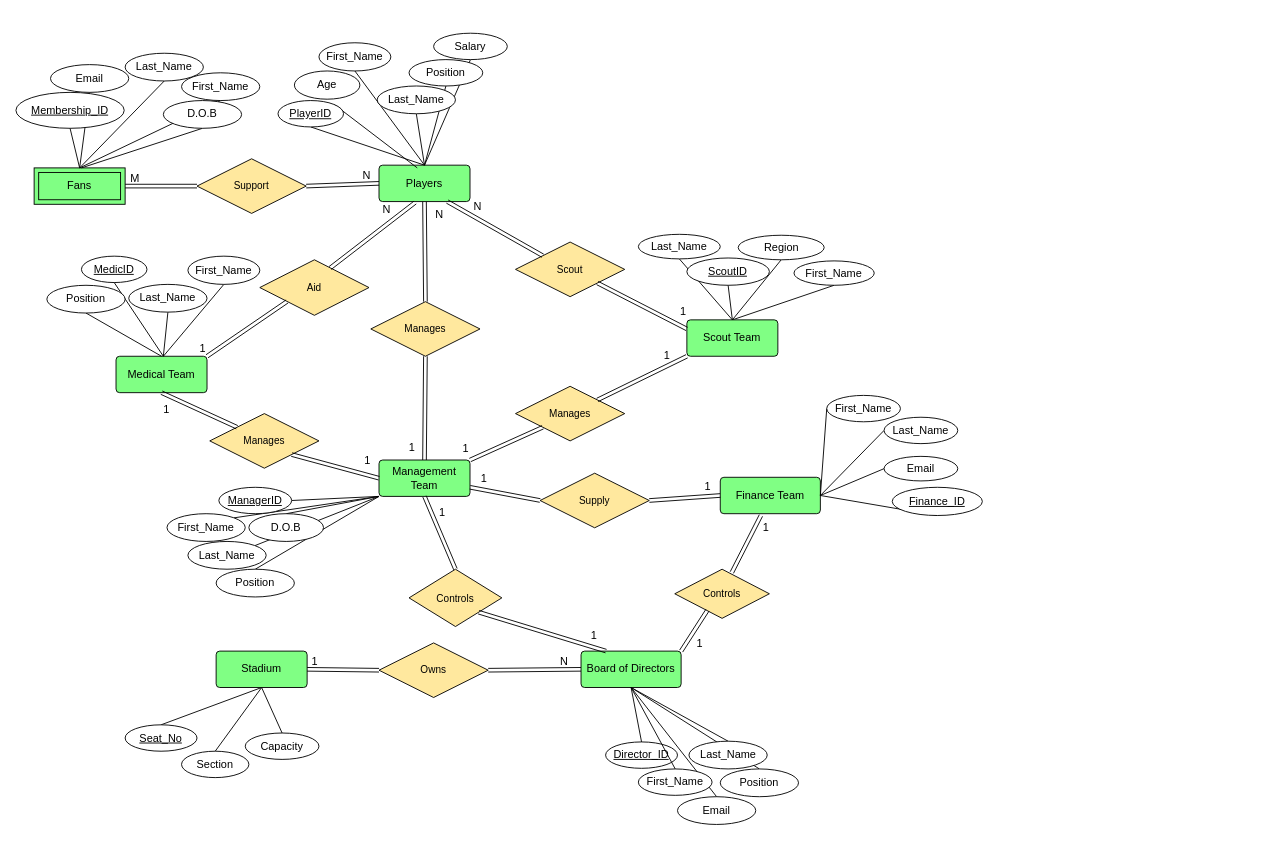
Earlier version of the draw.io diagram ERDiagramupdated.drawio (Smithg8/Databases). Source tidied: cells renumbered, new cells numbered last; positions are measured from the earlier drawing's top-left corner, leaving out a move shared by most shapes. Both pictures are drawn from the tidied source at 91%, with x=0, y=0 at pixel (15, 33).
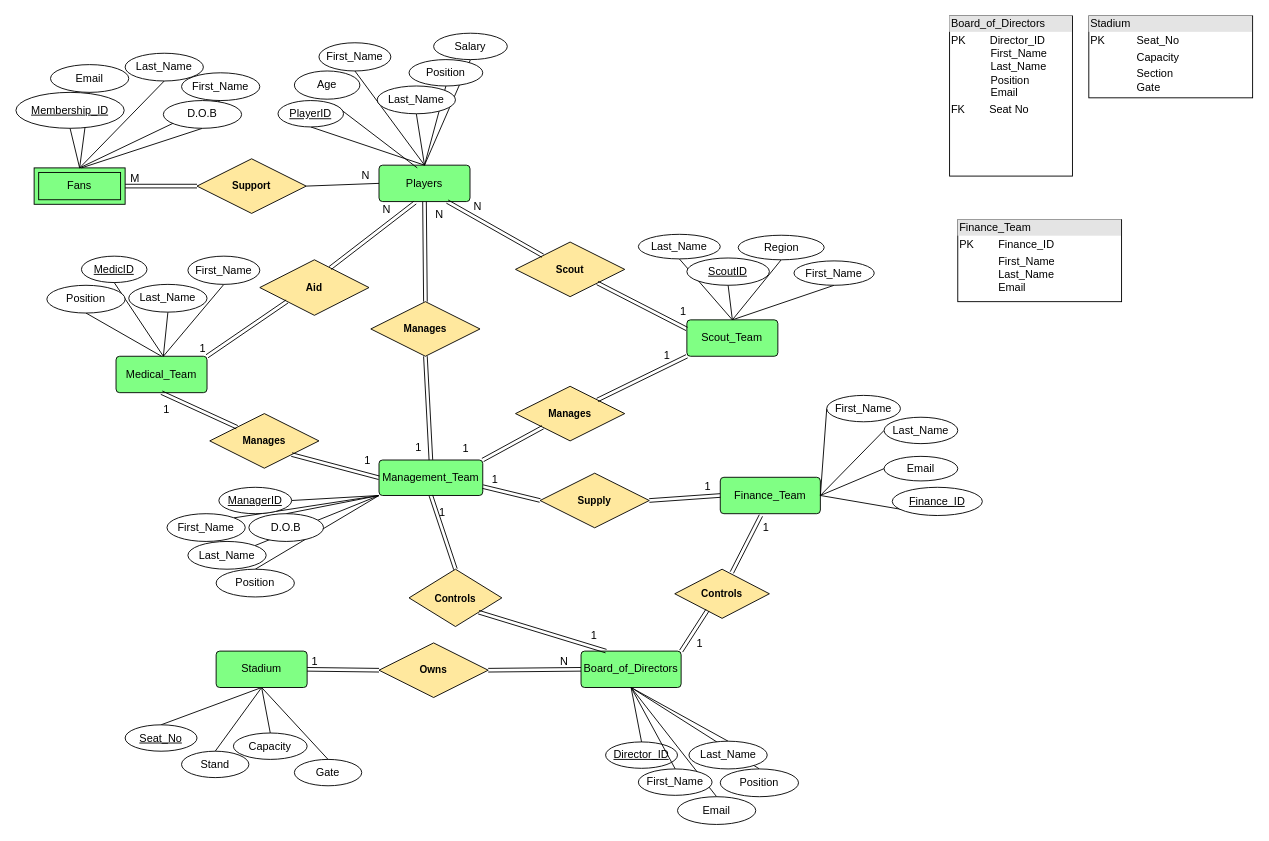
The same diagram, later.

Unchanged cells that the change refers to:
```xml
<mxCell id="3" value="Players" style="rounded=1;arcSize=10;whiteSpace=wrap;html=1;align=center;fillColor=#80FF84;" parent="1" vertex="1">
  <mxGeometry x="399" y="145" width="100" height="40" as="geometry" />
</mxCell>
<mxCell id="24" value="Stadium" style="rounded=1;arcSize=10;whiteSpace=wrap;html=1;align=center;fillColor=#80FF84;" parent="1" vertex="1">
  <mxGeometry x="220" y="679" width="100" height="40" as="geometry" />
</mxCell>
<mxCell id="120" style="shape=link;html=1;rounded=0;exitX=1;exitY=0.75;exitDx=0;exitDy=0;entryX=0;entryY=0.5;entryDx=0;entryDy=0;" parent="1" edge="1" source="4" target="87">
  <mxGeometry relative="1" as="geometry" />
</mxCell>
```

What changed in the source:
```diff
@@
-    <mxCell id="4" value="Management Team" style="rounded=1;arcSize=10;whiteSpace=wrap;html=1;align=center;fillColor=#80FF84;" parent="1" vertex="1">
-      <mxGeometry x="399" y="469" width="100" height="40" as="geometry" />
+    <mxCell id="4" value="Management_Team" style="rounded=1;arcSize=10;whiteSpace=wrap;html=1;align=center;fillColor=#80FF84;" parent="1" vertex="1">
+      <mxGeometry x="399" y="469" width="114" height="39" as="geometry" />
     </mxCell>
@@
-    <mxCell id="18" value="Scout Team" style="rounded=1;arcSize=10;whiteSpace=wrap;html=1;align=center;fillColor=#80FF84;" parent="1" vertex="1">
+    <mxCell id="18" value="Scout_Team" style="rounded=1;arcSize=10;whiteSpace=wrap;html=1;align=center;fillColor=#80FF84;" parent="1" vertex="1">
       <mxGeometry x="737.3" y="315" width="100" height="40" as="geometry" />
     </mxCell>
@@
+    <mxCell id="132" style="rounded=0;jettySize=auto;html=1;exitX=0.5;exitY=1;exitDx=0;exitDy=0;entryX=0.5;entryY=0;entryDx=0;entryDy=0;endArrow=none;endFill=0;" parent="1" edge="1" source="24" target="135">
+      <mxGeometry relative="1" as="geometry" />
+    </mxCell>
@@
-    <mxCell id="31" value="Medical Team" style="rounded=1;arcSize=10;whiteSpace=wrap;html=1;align=center;fillColor=#80FF84;" parent="1" vertex="1">
+    <mxCell id="31" value="Medical_Team" style="rounded=1;arcSize=10;whiteSpace=wrap;html=1;align=center;fillColor=#80FF84;" parent="1" vertex="1">
       <mxGeometry x="110" y="355" width="100" height="40" as="geometry" />
     </mxCell>
-    <mxCell id="32" value="Board of Directors" style="rounded=1;arcSize=10;whiteSpace=wrap;html=1;align=center;fillColor=#80FF84;" parent="1" vertex="1">
+    <mxCell id="32" value="Board_of_Directors" style="rounded=1;arcSize=10;whiteSpace=wrap;html=1;align=center;fillColor=#80FF84;" parent="1" vertex="1">
       <mxGeometry x="621" y="679" width="110" height="40" as="geometry" />
     </mxCell>
-    <mxCell id="33" value="Finance Team" style="rounded=1;arcSize=10;whiteSpace=wrap;html=1;align=center;strokeColor=#000000;fillColor=#80FF84;" parent="1" vertex="1">
+    <mxCell id="33" value="Finance_Team" style="rounded=1;arcSize=10;whiteSpace=wrap;html=1;align=center;strokeColor=#000000;fillColor=#80FF84;" parent="1" vertex="1">
       <mxGeometry x="774" y="488" width="110" height="40" as="geometry" />
     </mxCell>
@@
-    <mxCell id="35" value="Section" style="ellipse;whiteSpace=wrap;html=1;align=center;" parent="1" vertex="1">
+    <mxCell id="35" value="Stand" style="ellipse;whiteSpace=wrap;html=1;align=center;" parent="1" vertex="1">
       <mxGeometry x="182" y="789" width="74" height="29" as="geometry" />
     </mxCell>
     <mxCell id="36" value="Capacity" style="ellipse;whiteSpace=wrap;html=1;align=center;" parent="1" vertex="1">
-      <mxGeometry x="252" y="769" width="81" height="29" as="geometry" />
+      <mxGeometry x="239" y="769" width="81" height="29" as="geometry" />
     </mxCell>
@@
-    <mxCell id="82" value="Owns" style="shape=rhombus;perimeter=rhombusPerimeter;whiteSpace=wrap;html=1;align=center;fontFamily=Helvetica;fontSize=11;fontColor=default;fillColor=#FFE89E;" parent="1" vertex="1">
+    <mxCell id="82" value="Owns" style="shape=rhombus;perimeter=rhombusPerimeter;whiteSpace=wrap;html=1;align=center;fontFamily=Helvetica;fontSize=11;fontColor=default;fillColor=#FFE89E;fontStyle=1;" parent="1" vertex="1">
       <mxGeometry x="399" y="670" width="120" height="60" as="geometry" />
     </mxCell>
-    <mxCell id="83" value="Controls" style="shape=rhombus;perimeter=rhombusPerimeter;whiteSpace=wrap;html=1;align=center;fontFamily=Helvetica;fontSize=11;fontColor=default;fillColor=#FFE89E;" parent="1" vertex="1">
+    <mxCell id="83" value="Controls" style="shape=rhombus;perimeter=rhombusPerimeter;whiteSpace=wrap;html=1;align=center;fontFamily=Helvetica;fontSize=11;fontColor=default;fillColor=#FFE89E;fontStyle=1;" parent="1" vertex="1">
       <mxGeometry x="432" y="589" width="102" height="63" as="geometry" />
     </mxCell>
-    <mxCell id="84" value="Controls" style="shape=rhombus;perimeter=rhombusPerimeter;whiteSpace=wrap;html=1;align=center;fontFamily=Helvetica;fontSize=11;fontColor=default;fillColor=#FFE89E;" parent="1" vertex="1">
+    <mxCell id="84" value="Controls" style="shape=rhombus;perimeter=rhombusPerimeter;whiteSpace=wrap;html=1;align=center;fontFamily=Helvetica;fontSize=11;fontColor=default;fillColor=#FFE89E;fontStyle=1;" parent="1" vertex="1">
       <mxGeometry x="724" y="589" width="104" height="54" as="geometry" />
     </mxCell>
-    <mxCell id="85" value="Scout" style="shape=rhombus;perimeter=rhombusPerimeter;whiteSpace=wrap;html=1;align=center;fontFamily=Helvetica;fontSize=11;fontColor=default;fillColor=#FFE89E;" parent="1" vertex="1">
+    <mxCell id="85" value="Scout" style="shape=rhombus;perimeter=rhombusPerimeter;whiteSpace=wrap;html=1;align=center;fontFamily=Helvetica;fontSize=11;fontColor=default;fillColor=#FFE89E;fontStyle=1;" parent="1" vertex="1">
       <mxGeometry x="549" y="229.5" width="120" height="60" as="geometry" />
     </mxCell>
-    <mxCell id="86" value="Aid" style="shape=rhombus;perimeter=rhombusPerimeter;whiteSpace=wrap;html=1;align=center;fontFamily=Helvetica;fontSize=11;fontColor=default;fillColor=#FFE89E;" parent="1" vertex="1">
+    <mxCell id="86" value="Aid" style="shape=rhombus;perimeter=rhombusPerimeter;whiteSpace=wrap;html=1;align=center;fontFamily=Helvetica;fontSize=11;fontColor=default;fillColor=#FFE89E;fontStyle=1;" parent="1" vertex="1">
       <mxGeometry x="268" y="249" width="120" height="61" as="geometry" />
     </mxCell>
-    <mxCell id="87" value="Supply" style="shape=rhombus;perimeter=rhombusPerimeter;whiteSpace=wrap;html=1;align=center;fontFamily=Helvetica;fontSize=11;fontColor=default;fillColor=#FFE89E;" parent="1" vertex="1">
+    <mxCell id="87" value="Supply" style="shape=rhombus;perimeter=rhombusPerimeter;whiteSpace=wrap;html=1;align=center;fontFamily=Helvetica;fontSize=11;fontColor=default;fillColor=#FFE89E;fontStyle=1;" parent="1" vertex="1">
       <mxGeometry x="576" y="483.5" width="120" height="60" as="geometry" />
     </mxCell>
-    <mxCell id="88" style="shape=link;html=1;rounded=0;exitX=1;exitY=0.5;exitDx=0;exitDy=0;entryX=0;entryY=0.5;entryDx=0;entryDy=0;" parent="1" edge="1" source="92" target="3">
-      <mxGeometry relative="1" as="geometry" />
-    </mxCell>
-    <mxCell id="89" value="N" style="html=1;whiteSpace=wrap;align=right;verticalAlign=bottom;" parent="88" vertex="1">
-      <mxGeometry x="1" relative="1" as="geometry">
-        <mxPoint x="-8" as="offset" />
-      </mxGeometry>
-    </mxCell>
@@
-    <mxCell id="92" value="Support" style="shape=rhombus;perimeter=rhombusPerimeter;whiteSpace=wrap;html=1;align=center;fontFamily=Helvetica;fontSize=11;fontColor=default;fillColor=#FFE89E;" parent="1" vertex="1">
+    <mxCell id="92" value="Support" style="shape=rhombus;perimeter=rhombusPerimeter;whiteSpace=wrap;html=1;align=center;fontFamily=Helvetica;fontSize=11;fontColor=default;fillColor=#FFE89E;fontStyle=1;" parent="1" vertex="1">
       <mxGeometry x="199" y="138" width="120" height="60" as="geometry" />
     </mxCell>
@@
-    <mxCell id="103" value="Manages" style="shape=rhombus;perimeter=rhombusPerimeter;whiteSpace=wrap;html=1;align=center;fontFamily=Helvetica;fontSize=11;fontColor=default;fillColor=#FFE89E;" parent="1" vertex="1">
+    <mxCell id="103" value="Manages" style="shape=rhombus;perimeter=rhombusPerimeter;whiteSpace=wrap;html=1;align=center;fontFamily=Helvetica;fontSize=11;fontColor=default;fillColor=#FFE89E;fontStyle=1;" parent="1" vertex="1">
       <mxGeometry x="390" y="295" width="120" height="60" as="geometry" />
     </mxCell>
@@
-    <mxCell id="108" value="Manages" style="shape=rhombus;perimeter=rhombusPerimeter;whiteSpace=wrap;html=1;align=center;fontFamily=Helvetica;fontSize=11;fontColor=default;fillColor=#FFE89E;" parent="1" vertex="1">
+    <mxCell id="108" value="Manages" style="shape=rhombus;perimeter=rhombusPerimeter;whiteSpace=wrap;html=1;align=center;fontFamily=Helvetica;fontSize=11;fontColor=default;fillColor=#FFE89E;fontStyle=1;" parent="1" vertex="1">
       <mxGeometry x="213" y="418" width="120" height="60" as="geometry" />
     </mxCell>
-    <mxCell id="109" value="Manages" style="shape=rhombus;perimeter=rhombusPerimeter;whiteSpace=wrap;html=1;align=center;fontFamily=Helvetica;fontSize=11;fontColor=default;fillColor=#FFE89E;" parent="1" vertex="1">
+    <mxCell id="109" value="Manages" style="shape=rhombus;perimeter=rhombusPerimeter;whiteSpace=wrap;html=1;align=center;fontFamily=Helvetica;fontSize=11;fontColor=default;fillColor=#FFE89E;fontStyle=1;" parent="1" vertex="1">
       <mxGeometry x="549" y="388" width="120" height="60" as="geometry" />
     </mxCell>
@@
     <mxCell id="121" value="1" style="html=1;whiteSpace=wrap;align=right;verticalAlign=bottom;" parent="120" vertex="1">
       <mxGeometry x="1" relative="1" as="geometry">
-        <mxPoint x="-57" y="-15" as="offset" />
+        <mxPoint x="-45" y="-15" as="offset" />
       </mxGeometry>
     </mxCell>
@@
+    <mxCell id="88" style="endArrow=none;html=1;rounded=0;exitX=1;exitY=0.5;exitDx=0;exitDy=0;entryX=0;entryY=0.5;entryDx=0;entryDy=0;" parent="1" edge="1" source="92" target="3">
+      <mxGeometry relative="1" as="geometry" />
+    </mxCell>
+    <mxCell id="89" value="N" style="html=1;whiteSpace=wrap;align=right;verticalAlign=bottom;" parent="88" vertex="1">
+      <mxGeometry x="1" relative="1" as="geometry">
+        <mxPoint x="-9" as="offset" />
+      </mxGeometry>
+    </mxCell>
+    <mxCell id="133" value="&lt;div style=&quot;box-sizing:border-box;width:100%;background:#e4e4e4;padding:2px;&quot;&gt;Board_of_Directors&lt;/div&gt;&lt;table style=&quot;width:100%;font-size:1em;&quot; cellpadding=&quot;2&quot; cellspacing=&quot;0&quot;&gt;&lt;tbody&gt;&lt;tr&gt;&lt;td&gt;PK&amp;nbsp; &amp;nbsp; &amp;nbsp; &amp;nbsp; Director_ID&lt;br&gt;&amp;nbsp; &amp;nbsp; &amp;nbsp; &amp;nbsp; &amp;nbsp; &amp;nbsp; &amp;nbsp;First_Name&lt;br&gt;&amp;nbsp; &amp;nbsp; &amp;nbsp; &amp;nbsp; &amp;nbsp; &amp;nbsp; &amp;nbsp;Last_Name&lt;br&gt;&amp;nbsp; &amp;nbsp; &amp;nbsp; &amp;nbsp; &amp;nbsp; &amp;nbsp; &amp;nbsp;Position&lt;br&gt;&amp;nbsp; &amp;nbsp; &amp;nbsp; &amp;nbsp; &amp;nbsp; &amp;nbsp; &amp;nbsp;Email&lt;/td&gt;&lt;td&gt;&lt;/td&gt;&lt;/tr&gt;&lt;tr&gt;&lt;td&gt;FK&amp;nbsp; &amp;nbsp; &amp;nbsp; &amp;nbsp; Seat No&lt;/td&gt;&lt;td&gt;&lt;br&gt;&lt;/td&gt;&lt;/tr&gt;&lt;tr&gt;&lt;td&gt;&lt;/td&gt;&lt;td&gt;&lt;br&gt;&lt;/td&gt;&lt;/tr&gt;&lt;/tbody&gt;&lt;/table&gt;" style="verticalAlign=top;align=left;overflow=fill;html=1;whiteSpace=wrap;" parent="1" vertex="1">
+      <mxGeometry x="1026" y="-19" width="135" height="176" as="geometry" />
+    </mxCell>
+    <mxCell id="134" value="&lt;div style=&quot;box-sizing:border-box;width:100%;background:#e4e4e4;padding:2px;&quot;&gt;Stadium&lt;/div&gt;&lt;table style=&quot;width:100%;font-size:1em;&quot; cellpadding=&quot;2&quot; cellspacing=&quot;0&quot;&gt;&lt;tbody&gt;&lt;tr&gt;&lt;td&gt;PK&lt;/td&gt;&lt;td&gt;Seat_No&lt;/td&gt;&lt;/tr&gt;&lt;tr&gt;&lt;td&gt;&lt;br&gt;&lt;/td&gt;&lt;td&gt;Capacity&lt;/td&gt;&lt;/tr&gt;&lt;tr&gt;&lt;td&gt;&lt;/td&gt;&lt;td&gt;Section&lt;br&gt;Gate&lt;/td&gt;&lt;/tr&gt;&lt;/tbody&gt;&lt;/table&gt;" style="verticalAlign=top;align=left;overflow=fill;html=1;whiteSpace=wrap;" parent="1" vertex="1">
+      <mxGeometry x="1179" y="-19" width="180" height="90" as="geometry" />
+    </mxCell>
+    <mxCell id="135" value="Gate" style="ellipse;whiteSpace=wrap;html=1;align=center;" parent="1" vertex="1">
+      <mxGeometry x="306" y="798" width="74" height="29" as="geometry" />
+    </mxCell>
+    <mxCell id="136" value="&lt;div style=&quot;box-sizing:border-box;width:100%;background:#e4e4e4;padding:2px;&quot;&gt;Finance_Team&lt;/div&gt;&lt;table style=&quot;width:100%;font-size:1em;&quot; cellpadding=&quot;2&quot; cellspacing=&quot;0&quot;&gt;&lt;tbody&gt;&lt;tr&gt;&lt;td&gt;PK&lt;/td&gt;&lt;td&gt;Finance_ID&lt;br&gt;&lt;/td&gt;&lt;/tr&gt;&lt;tr&gt;&lt;td&gt;&amp;nbsp; &amp;nbsp; &amp;nbsp;&lt;/td&gt;&lt;td&gt;First_Name&lt;br&gt;Last_Name&lt;br&gt;Email&lt;/td&gt;&lt;/tr&gt;&lt;/tbody&gt;&lt;/table&gt;" style="verticalAlign=top;align=left;overflow=fill;html=1;whiteSpace=wrap;" parent="1" vertex="1">
+      <mxGeometry x="1035" y="205" width="180" height="90" as="geometry" />
+    </mxCell>
```
